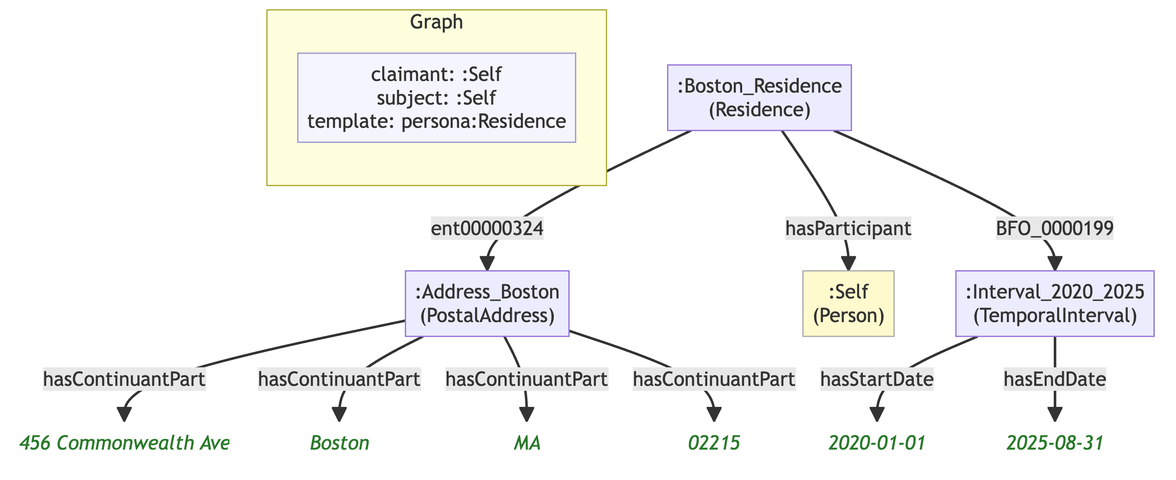
MeeFoundation/mia-ontologies keeps this Mermaid diagram as example/graphs/images/graph-82.png. Above is the earlier version. Its source is kept beside it as example/graphs/images/graph-82.mmd.
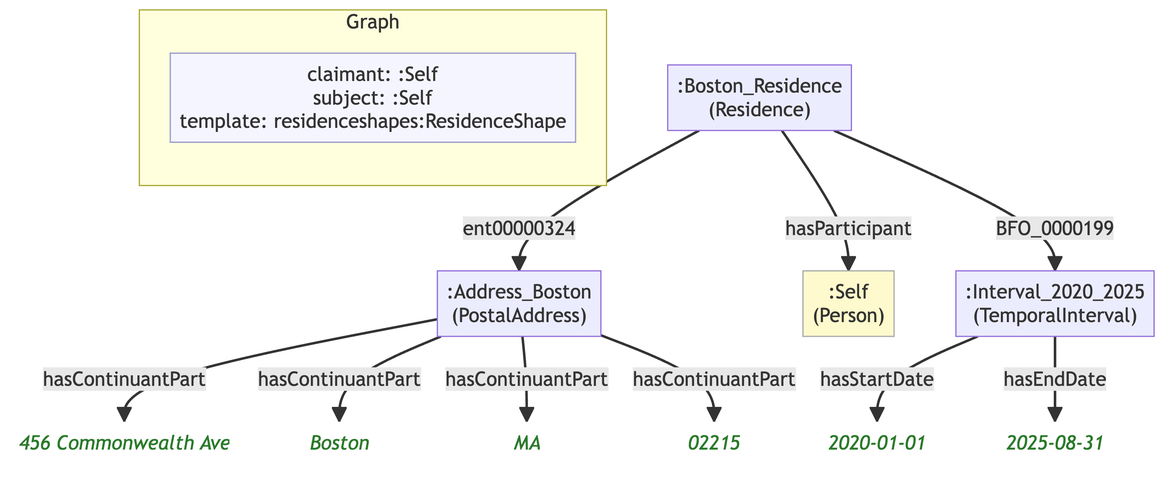
After the commit.

The edit, as a diff of the source:
```diff
@@ -6,24 +6,24 @@
 
     subgraph ctx["Graph"]
         direction LR
-        ctx_meta["claimant: :Self\nsubject: :Self\ntemplate: persona:Residence"]:::meta
+        ctx_meta["claimant: :Self\nsubject: :Self\ntemplate: residenceshapes:ResidenceShape"]:::meta
     end
 
     nc67f0317dd3d[":Address_Boston\n(PostalAddress)"]
-    n9beaef638b4d("456 Commonwealth Ave"):::lit
-    n918f1b6f9e99("Boston"):::lit
-    n0ad0e9986ddb("MA"):::lit
-    n80c4ec56c76a("02215"):::lit
+    nd810ac77f2a0("456 Commonwealth Ave"):::lit
+    nbded58b61b55("Boston"):::lit
+    n909af9ba2b3d("MA"):::lit
+    nd66831da8997("02215"):::lit
     n596b411b2d6f[":Boston_Residence\n(Residence)"]
     ne0c3ba92f1db[":Self\n(Person)"]:::person
     n712165170b98[":Interval_2020_2025\n(TemporalInterval)"]
     na357c4eb4a16("2020-01-01"):::lit
     nbf2895943c37("2025-08-31"):::lit
 
-    nc67f0317dd3d -->|"hasContinuantPart"| n9beaef638b4d
-    nc67f0317dd3d -->|"hasContinuantPart"| n918f1b6f9e99
-    nc67f0317dd3d -->|"hasContinuantPart"| n0ad0e9986ddb
-    nc67f0317dd3d -->|"hasContinuantPart"| n80c4ec56c76a
+    nc67f0317dd3d -->|"hasContinuantPart"| nd810ac77f2a0
+    nc67f0317dd3d -->|"hasContinuantPart"| nbded58b61b55
+    nc67f0317dd3d -->|"hasContinuantPart"| n909af9ba2b3d
+    nc67f0317dd3d -->|"hasContinuantPart"| nd66831da8997
     n596b411b2d6f -->|"hasParticipant"| ne0c3ba92f1db
     n596b411b2d6f -->|"ent00000324"| nc67f0317dd3d
     n596b411b2d6f -->|"BFO_0000199"| n712165170b98
```
